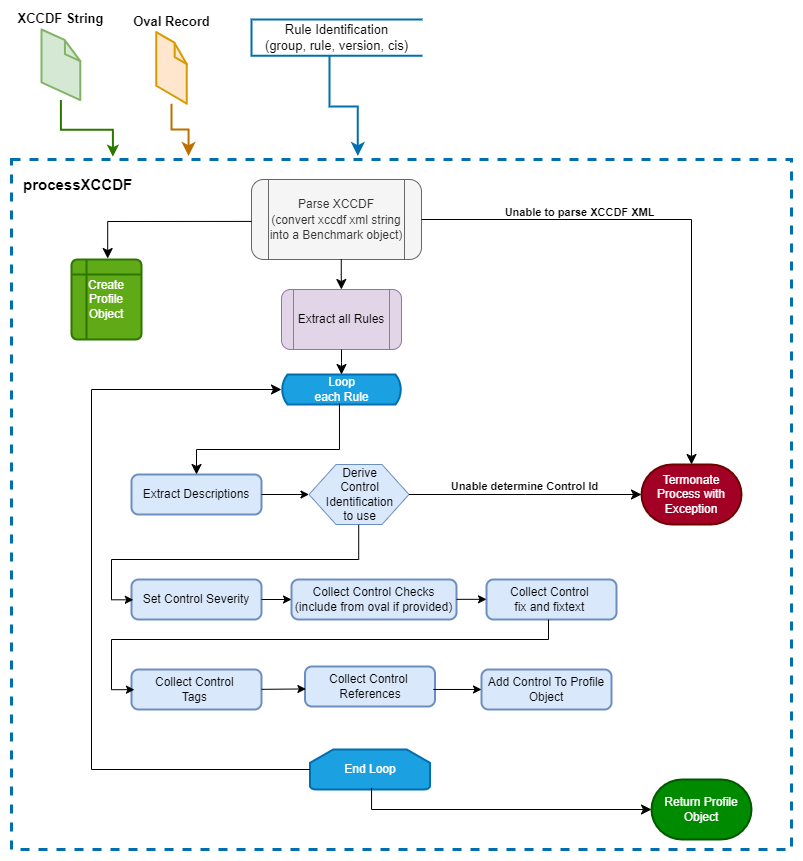
Earlier version of the draw.io export images/ts-inspec-objects-xccdf-workflow-process.png (mitre/ts-inspec-objects). Source tidied: cells renumbered, new cells last; positions are measured from the earlier drawing's top-left corner, leaving out a move shared by most shapes. Source of this version:
```xml
<mxGraphModel background="#ffffff">
  <root>
    <mxCell id="0" />
    <mxCell id="1" parent="0" />
    <mxCell id="2" style="rounded=0;whiteSpace=wrap;html=1;dashed=1;strokeWidth=3;align=left;verticalAlign=top;strokeColor=#006EAF;fillColor=none;fontColor=#ffffff;" parent="1" vertex="1">
      <mxGeometry y="140" width="780" height="690" as="geometry" />
    </mxCell>
    <mxCell id="3" value="&lt;span style=&quot;font-size: 12px; text-align: left;&quot;&gt;Parse XCCDF&lt;/span&gt;&lt;div&gt;&lt;span style=&quot;font-size: 12px; text-align: left;&quot;&gt;(convert xccdf xml string into a Benchmark object)&lt;/span&gt;&lt;/div&gt;" style="shape=process;whiteSpace=wrap;html=1;backgroundOutline=1;fontSize=13;rounded=1;fillColor=#f5f5f5;fontColor=#333333;strokeColor=#666666;" parent="1" vertex="1">
      <mxGeometry x="240" y="160" width="170" height="80" as="geometry" />
    </mxCell>
    <mxCell id="4" style="edgeStyle=orthogonalEdgeStyle;rounded=0;jettySize=auto;html=1;entryX=0.13;entryY=-0.004;entryDx=0;entryDy=0;fontSize=13;entryPerimeter=0;strokeWidth=2;fillColor=#60a917;strokeColor=#2D7600;" parent="1" edge="1" source="5" target="2">
      <mxGeometry relative="1" as="geometry" />
    </mxCell>
    <mxCell id="5" value="&lt;b&gt;XCCDF String&lt;/b&gt;" style="verticalLabelPosition=top;html=1;verticalAlign=bottom;strokeWidth=1;align=center;outlineConnect=0;dashed=0;outlineConnect=0;shape=mxgraph.aws3d.file;strokeColor=#82b366;fontSize=13;labelPosition=center;fillColor=#d5e8d4;" parent="1" vertex="1">
      <mxGeometry x="30" y="10" width="38.8" height="70.6" as="geometry" />
    </mxCell>
    <mxCell id="6" value="&lt;b&gt;Oval Record&lt;/b&gt;" style="verticalLabelPosition=top;html=1;verticalAlign=bottom;strokeWidth=1;align=center;outlineConnect=0;outlineConnect=0;shape=mxgraph.aws3d.file;strokeColor=#d79b00;fontSize=13;fillColor=#ffe6cc;labelPosition=center;" parent="1" vertex="1">
      <mxGeometry x="144.7" y="12.6" width="30.7" height="71.6" as="geometry" />
    </mxCell>
    <mxCell id="7" value="processXCCDF" style="text;whiteSpace=wrap;html=1;fontStyle=1;fontSize=15;" parent="1" vertex="1">
      <mxGeometry x="10" y="150" width="120" height="20" as="geometry" />
    </mxCell>
    <mxCell id="8" value="&lt;span style=&quot;background-color: light-dark(#ffffff, var(--ge-dark-color, #121212));&quot;&gt;&lt;font style=&quot;color: rgb(0, 0, 0);&quot;&gt;Rule Identification&lt;/font&gt;&lt;/span&gt;&lt;div&gt;&lt;span style=&quot;background-color: light-dark(#ffffff, var(--ge-dark-color, #121212));&quot;&gt;&lt;font style=&quot;color: rgb(0, 0, 0);&quot;&gt;(group, rule, version, cis)&lt;/font&gt;&lt;/span&gt;&lt;/div&gt;" style="html=1;whitespace=wrap;shape=partialRectangle;right=0;fontSize=13;strokeWidth=2;fillColor=none;fontColor=#ffffff;strokeColor=#006EAF;" parent="1" vertex="1">
      <mxGeometry x="240" width="170" height="36.3" as="geometry" />
    </mxCell>
    <mxCell id="9" value="Extract all Rules" style="shape=process;whiteSpace=wrap;html=1;backgroundOutline=1;rounded=1;glass=0;shadow=0;fillColor=#e1d5e7;strokeColor=#9673a6;" parent="1" vertex="1">
      <mxGeometry x="270" y="270" width="120" height="60" as="geometry" />
    </mxCell>
    <mxCell id="10" value="Loop&lt;br&gt;each Rule" style="html=1;dashed=0;whitespace=wrap;shape=mxgraph.dfd.loop;strokeWidth=2;fillColor=#1ba1e2;fontColor=#ffffff;strokeColor=#006EAF;" parent="1" vertex="1">
      <mxGeometry x="270" y="355" width="120" height="30" as="geometry" />
    </mxCell>
    <mxCell id="11" value="End Loop" style="strokeWidth=2;html=1;shape=mxgraph.flowchart.loop_limit;whiteSpace=wrap;fillColor=#1ba1e2;fontColor=#ffffff;strokeColor=#006EAF;" parent="1" vertex="1">
      <mxGeometry x="298.5" y="730" width="120" height="40" as="geometry" />
    </mxCell>
    <mxCell id="12" style="edgeStyle=elbowEdgeStyle;elbow=vertical;endArrow=classic;html=1;curved=0;rounded=0;endSize=8;startSize=8;entryX=0.227;entryY=-0.005;entryDx=0;entryDy=0;entryPerimeter=0;strokeWidth=2;fillColor=#f0a30a;strokeColor=#BD7000;" parent="1" edge="1" source="6" target="2">
      <mxGeometry relative="1" as="geometry" />
    </mxCell>
    <mxCell id="13" style="edgeStyle=elbowEdgeStyle;elbow=vertical;endArrow=classic;html=1;curved=0;rounded=0;endSize=8;startSize=8;exitX=0.459;exitY=1.008;exitDx=0;exitDy=0;exitPerimeter=0;entryX=0.444;entryY=-0.005;entryDx=0;entryDy=0;entryPerimeter=0;strokeWidth=2;fillColor=#1ba1e2;strokeColor=#006EAF;" parent="1" edge="1" source="8" target="2">
      <mxGeometry relative="1" as="geometry" />
    </mxCell>
    <mxCell id="14" value="&lt;span style=&quot;text-align: left;&quot;&gt;Extract Descriptions&lt;/span&gt;" style="rounded=1;whiteSpace=wrap;html=1;absoluteArcSize=1;arcSize=14;strokeWidth=2;fillColor=#dae8fc;strokeColor=#6c8ebf;" parent="1" vertex="1">
      <mxGeometry x="120" y="455" width="130" height="40" as="geometry" />
    </mxCell>
    <mxCell id="15" value="&lt;span style=&quot;text-align: left;&quot;&gt;Set Control Severity&lt;/span&gt;" style="rounded=1;whiteSpace=wrap;html=1;absoluteArcSize=1;arcSize=14;strokeWidth=2;fillColor=#dae8fc;strokeColor=#6c8ebf;" parent="1" vertex="1">
      <mxGeometry x="120" y="560" width="130" height="40" as="geometry" />
    </mxCell>
    <mxCell id="16" value="&lt;span style=&quot;text-align: left; text-wrap: wrap;&quot;&gt;Derive Control Identification to use&lt;/span&gt;" style="verticalLabelPosition=middle;verticalAlign=middle;html=1;shape=hexagon;perimeter=hexagonPerimeter2;arcSize=6;size=0.27;labelPosition=center;align=center;fillColor=#dae8fc;strokeColor=#6c8ebf;" parent="1" vertex="1">
      <mxGeometry x="297.5" y="445" width="100" height="60" as="geometry" />
    </mxCell>
    <mxCell id="17" value="Termonate Process with Exception" style="strokeWidth=2;html=1;shape=mxgraph.flowchart.terminator;whiteSpace=wrap;fillColor=#a20025;fontColor=#ffffff;strokeColor=#6F0000;" parent="1" vertex="1">
      <mxGeometry x="630" y="445" width="100" height="60" as="geometry" />
    </mxCell>
    <mxCell id="18" style="endArrow=classic;html=1;rounded=0;" parent="1" edge="1" source="14" target="16">
      <mxGeometry relative="1" as="geometry" />
    </mxCell>
    <mxCell id="19" style="edgeStyle=elbowEdgeStyle;elbow=vertical;endArrow=classic;html=1;curved=0;rounded=0;endSize=8;startSize=8;strokeWidth=1;" parent="1" edge="1" source="9" target="10">
      <mxGeometry relative="1" as="geometry" />
    </mxCell>
    <mxCell id="20" style="edgeStyle=elbowEdgeStyle;elbow=vertical;endArrow=classic;html=1;curved=0;rounded=0;endSize=8;startSize=8;strokeWidth=1;exitX=0.483;exitY=0.967;exitDx=0;exitDy=0;exitPerimeter=0;" parent="1" edge="1" source="10" target="14">
      <mxGeometry relative="1" as="geometry">
        <Array as="points">
          <mxPoint x="330" y="430" />
        </Array>
      </mxGeometry>
    </mxCell>
    <mxCell id="21" style="edgeStyle=elbowEdgeStyle;elbow=horizontal;endArrow=classic;html=1;curved=0;rounded=0;endSize=8;startSize=8;" parent="1" edge="1" source="16" target="17">
      <mxGeometry relative="1" as="geometry" />
    </mxCell>
    <mxCell id="22" value="Unable determine&amp;nbsp;&lt;span style=&quot;background-color: light-dark(#ffffff, var(--ge-dark-color, #121212)); color: light-dark(rgb(0, 0, 0), rgb(255, 255, 255));&quot;&gt;Control Id&lt;/span&gt;" style="edgeLabel;html=1;align=center;verticalAlign=bottom;labelPosition=center;verticalLabelPosition=top;fontStyle=1;" parent="21" vertex="1">
      <mxGeometry x="0.31" y="-1" relative="1" as="geometry">
        <mxPoint x="-38" y="-1" as="offset" />
      </mxGeometry>
    </mxCell>
    <mxCell id="23" value="&lt;span style=&quot;text-align: left;&quot;&gt;Collect Control Checks (include from oval if provided)&lt;/span&gt;" style="rounded=1;whiteSpace=wrap;html=1;absoluteArcSize=1;arcSize=14;strokeWidth=2;fillColor=#dae8fc;strokeColor=#6c8ebf;" parent="1" vertex="1">
      <mxGeometry x="280" y="560" width="165" height="40" as="geometry" />
    </mxCell>
    <mxCell id="24" value="&lt;span style=&quot;text-align: left;&quot;&gt;Collect Control&amp;nbsp;&lt;/span&gt;&lt;div&gt;&lt;span style=&quot;text-align: left;&quot;&gt;fix and fixtext&amp;nbsp;&lt;/span&gt;&lt;/div&gt;" style="rounded=1;whiteSpace=wrap;html=1;absoluteArcSize=1;arcSize=14;strokeWidth=2;fillColor=#dae8fc;strokeColor=#6c8ebf;" parent="1" vertex="1">
      <mxGeometry x="475" y="560" width="130" height="40" as="geometry" />
    </mxCell>
    <mxCell id="25" value="&lt;span style=&quot;text-align: left;&quot;&gt;Collect Control&amp;nbsp;&lt;/span&gt;&lt;div&gt;&lt;span style=&quot;text-align: left;&quot;&gt;Tags&amp;nbsp;&lt;/span&gt;&lt;/div&gt;" style="rounded=1;whiteSpace=wrap;html=1;absoluteArcSize=1;arcSize=14;strokeWidth=2;fillColor=#dae8fc;strokeColor=#6c8ebf;" parent="1" vertex="1">
      <mxGeometry x="120" y="650" width="130" height="40" as="geometry" />
    </mxCell>
    <mxCell id="26" value="&lt;span style=&quot;text-align: left;&quot;&gt;Collect Control&amp;nbsp;&lt;/span&gt;&lt;div&gt;&lt;span style=&quot;text-align: left;&quot;&gt;References&lt;/span&gt;&lt;/div&gt;" style="rounded=1;whiteSpace=wrap;html=1;absoluteArcSize=1;arcSize=14;strokeWidth=2;fillColor=#dae8fc;strokeColor=#6c8ebf;" parent="1" vertex="1">
      <mxGeometry x="293.5" y="647" width="130" height="40" as="geometry" />
    </mxCell>
    <mxCell id="27" style="edgeStyle=elbowEdgeStyle;elbow=vertical;endArrow=classic;html=1;curved=0;rounded=0;endSize=8;startSize=8;labelPosition=center;verticalLabelPosition=top;align=center;verticalAlign=top;fontSize=12;" parent="1" edge="1" source="3" target="17">
      <mxGeometry relative="1" as="geometry">
        <Array as="points">
          <mxPoint x="480" y="200" />
        </Array>
      </mxGeometry>
    </mxCell>
    <mxCell id="28" value="Unable to parse XCCDF XML" style="edgeLabel;html=1;align=center;verticalAlign=bottom;fontStyle=1;labelPosition=center;verticalLabelPosition=top;" parent="27" vertex="1">
      <mxGeometry x="-0.39" y="-1" relative="1" as="geometry" />
    </mxCell>
    <mxCell id="29" style="edgeStyle=elbowEdgeStyle;elbow=horizontal;endArrow=classic;html=1;curved=0;rounded=0;endSize=8;startSize=8;" parent="1" edge="1" source="11" target="10">
      <mxGeometry relative="1" as="geometry">
        <Array as="points">
          <mxPoint x="80" y="570" />
        </Array>
      </mxGeometry>
    </mxCell>
    <mxCell id="30" style="edgeStyle=orthogonalEdgeStyle;rounded=0;jettySize=auto;html=1;fontColor=#000000;strokeWidth=1;entryX=0.014;entryY=0.508;entryDx=0;entryDy=0;entryPerimeter=0;exitX=0.497;exitY=1.005;exitDx=0;exitDy=0;exitPerimeter=0;" parent="1" edge="1" source="16" target="15">
      <mxGeometry relative="1" as="geometry">
        <Array as="points">
          <mxPoint x="347" y="540" />
          <mxPoint x="100" y="540" />
          <mxPoint x="100" y="580" />
        </Array>
      </mxGeometry>
    </mxCell>
    <mxCell id="31" style="endArrow=classic;html=1;rounded=0;" parent="1" edge="1" source="15" target="23">
      <mxGeometry relative="1" as="geometry" />
    </mxCell>
    <mxCell id="32" value="Return Profile Object" style="strokeWidth=2;html=1;shape=mxgraph.flowchart.terminator;whiteSpace=wrap;fillColor=#008a00;fontColor=#ffffff;strokeColor=#005700;" parent="1" vertex="1">
      <mxGeometry x="640" y="760" width="100" height="60" as="geometry" />
    </mxCell>
    <mxCell id="33" value="&lt;div style=&quot;&quot;&gt;&lt;span style=&quot;background-color: transparent; color: light-dark(rgb(0, 0, 0), rgb(255, 255, 255));&quot;&gt;Add Control To Profile Object&lt;/span&gt;&lt;/div&gt;" style="rounded=1;whiteSpace=wrap;html=1;absoluteArcSize=1;arcSize=14;strokeWidth=2;fillColor=#dae8fc;strokeColor=#6c8ebf;align=center;" parent="1" vertex="1">
      <mxGeometry x="470" y="650" width="130" height="40" as="geometry" />
    </mxCell>
    <mxCell id="34" value="Create Profile Object" style="shape=internalStorage;whiteSpace=wrap;html=1;dx=15;dy=15;rounded=1;arcSize=8;strokeWidth=2;fillColor=#60a917;fontColor=#ffffff;strokeColor=#2D7600;" parent="1" vertex="1">
      <mxGeometry x="60" y="240" width="70" height="80" as="geometry" />
    </mxCell>
    <mxCell id="35" style="edgeStyle=elbowEdgeStyle;elbow=vertical;endArrow=classic;html=1;curved=0;rounded=0;endSize=8;startSize=8;entryX=0.517;entryY=-0.012;entryDx=0;entryDy=0;entryPerimeter=0;exitX=0.001;exitY=0.524;exitDx=0;exitDy=0;exitPerimeter=0;" parent="1" edge="1" source="3" target="34">
      <mxGeometry relative="1" as="geometry">
        <Array as="points">
          <mxPoint x="110" y="202" />
        </Array>
      </mxGeometry>
    </mxCell>
    <mxCell id="36" style="edgeStyle=elbowEdgeStyle;elbow=vertical;endArrow=classic;html=1;curved=0;rounded=0;endSize=8;startSize=8;strokeWidth=1;exitX=0.528;exitY=0.996;exitDx=0;exitDy=0;exitPerimeter=0;entryX=0.499;entryY=0;entryDx=0;entryDy=0;entryPerimeter=0;" parent="1" edge="1" source="3" target="9">
      <mxGeometry relative="1" as="geometry" />
    </mxCell>
    <mxCell id="37" style="endArrow=classic;html=1;rounded=0;entryX=0.007;entryY=0.561;entryDx=0;entryDy=0;entryPerimeter=0;" parent="1" edge="1" target="26">
      <mxGeometry relative="1" as="geometry">
        <mxPoint x="250" y="669.8" as="sourcePoint" />
      </mxGeometry>
    </mxCell>
    <mxCell id="38" style="endArrow=classic;html=1;rounded=0;" parent="1" edge="1">
      <mxGeometry relative="1" as="geometry">
        <mxPoint x="445" y="579.8" as="sourcePoint" />
        <mxPoint x="475" y="579.8" as="targetPoint" />
      </mxGeometry>
    </mxCell>
    <mxCell id="39" style="endArrow=classic;html=1;rounded=0;exitX=0.987;exitY=0.574;exitDx=0;exitDy=0;exitPerimeter=0;" parent="1" edge="1" source="26" target="33">
      <mxGeometry relative="1" as="geometry" />
    </mxCell>
    <mxCell id="40" style="edgeStyle=elbowEdgeStyle;elbow=vertical;endArrow=classic;html=1;curved=0;rounded=0;endSize=8;startSize=8;exitX=0.513;exitY=0.96;exitDx=0;exitDy=0;exitPerimeter=0;" parent="1" edge="1" source="11" target="32">
      <mxGeometry relative="1" as="geometry">
        <Array as="points">
          <mxPoint x="620" y="790" />
          <mxPoint x="502.5" y="800" />
        </Array>
      </mxGeometry>
    </mxCell>
    <mxCell id="41" style="edgeStyle=orthogonalEdgeStyle;rounded=0;jettySize=auto;html=1;fontColor=#000000;strokeWidth=1;entryX=0.023;entryY=0.504;entryDx=0;entryDy=0;entryPerimeter=0;exitX=0.497;exitY=1.005;exitDx=0;exitDy=0;exitPerimeter=0;" parent="1" edge="1" target="25">
      <mxGeometry relative="1" as="geometry">
        <mxPoint x="537" y="600" as="sourcePoint" />
        <Array as="points">
          <mxPoint x="537" y="620" />
          <mxPoint x="100" y="620" />
          <mxPoint x="100" y="670" />
        </Array>
      </mxGeometry>
    </mxCell>
  </root>
</mxGraphModel>
```
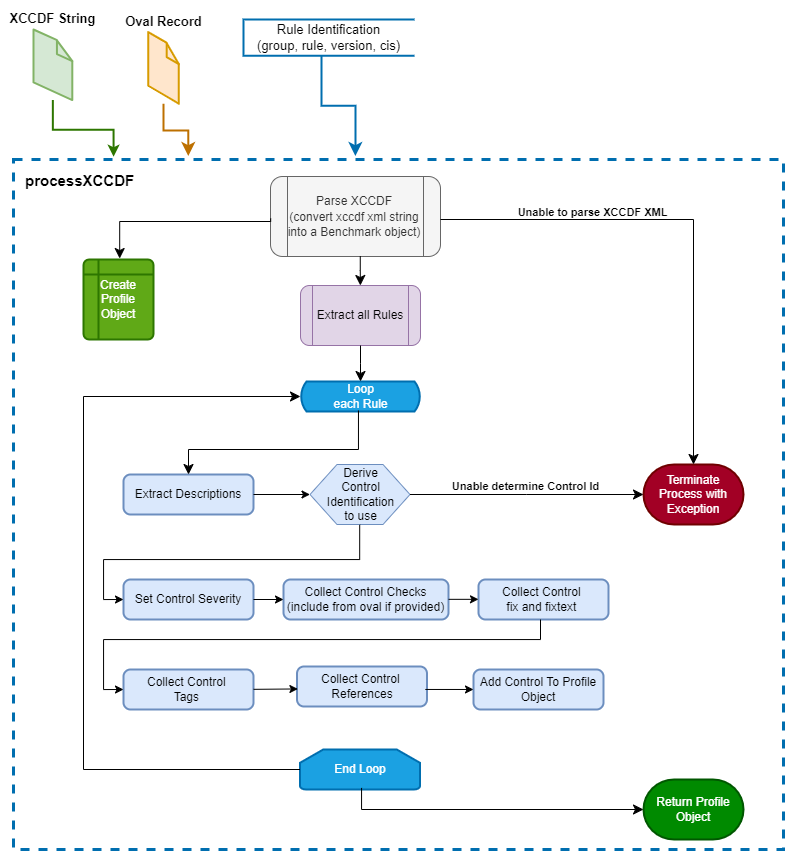
The same file after the commit.

What changed in the source:
```diff
@@ -3,10 +3,10 @@
     <mxCell id="0" />
     <mxCell id="1" parent="0" />
     <mxCell id="2" style="rounded=0;whiteSpace=wrap;html=1;dashed=1;strokeWidth=3;align=left;verticalAlign=top;strokeColor=#006EAF;fillColor=none;fontColor=#ffffff;" parent="1" vertex="1">
-      <mxGeometry y="140" width="780" height="690" as="geometry" />
+      <mxGeometry x="10" y="140" width="770" height="690" as="geometry" />
     </mxCell>
     <mxCell id="3" value="&lt;span style=&quot;font-size: 12px; text-align: left;&quot;&gt;Parse XCCDF&lt;/span&gt;&lt;div&gt;&lt;span style=&quot;font-size: 12px; text-align: left;&quot;&gt;(convert xccdf xml string into a Benchmark object)&lt;/span&gt;&lt;/div&gt;" style="shape=process;whiteSpace=wrap;html=1;backgroundOutline=1;fontSize=13;rounded=1;fillColor=#f5f5f5;fontColor=#333333;strokeColor=#666666;" parent="1" vertex="1">
-      <mxGeometry x="240" y="160" width="170" height="80" as="geometry" />
+      <mxGeometry x="267" y="157" width="170" height="80" as="geometry" />
     </mxCell>
     <mxCell id="4" style="edgeStyle=orthogonalEdgeStyle;rounded=0;jettySize=auto;html=1;entryX=0.13;entryY=-0.004;entryDx=0;entryDy=0;fontSize=13;entryPerimeter=0;strokeWidth=2;fillColor=#60a917;strokeColor=#2D7600;" parent="1" edge="1" source="5" target="2">
       <mxGeometry relative="1" as="geometry" />
@@ -18,19 +18,19 @@
       <mxGeometry x="144.7" y="12.6" width="30.7" height="71.6" as="geometry" />
     </mxCell>
     <mxCell id="7" value="processXCCDF" style="text;whiteSpace=wrap;html=1;fontStyle=1;fontSize=15;" parent="1" vertex="1">
-      <mxGeometry x="10" y="150" width="120" height="20" as="geometry" />
+      <mxGeometry x="20" y="146" width="120" height="20" as="geometry" />
     </mxCell>
     <mxCell id="8" value="&lt;span style=&quot;background-color: light-dark(#ffffff, var(--ge-dark-color, #121212));&quot;&gt;&lt;font style=&quot;color: rgb(0, 0, 0);&quot;&gt;Rule Identification&lt;/font&gt;&lt;/span&gt;&lt;div&gt;&lt;span style=&quot;background-color: light-dark(#ffffff, var(--ge-dark-color, #121212));&quot;&gt;&lt;font style=&quot;color: rgb(0, 0, 0);&quot;&gt;(group, rule, version, cis)&lt;/font&gt;&lt;/span&gt;&lt;/div&gt;" style="html=1;whitespace=wrap;shape=partialRectangle;right=0;fontSize=13;strokeWidth=2;fillColor=none;fontColor=#ffffff;strokeColor=#006EAF;" parent="1" vertex="1">
       <mxGeometry x="240" width="170" height="36.3" as="geometry" />
     </mxCell>
     <mxCell id="9" value="Extract all Rules" style="shape=process;whiteSpace=wrap;html=1;backgroundOutline=1;rounded=1;glass=0;shadow=0;fillColor=#e1d5e7;strokeColor=#9673a6;" parent="1" vertex="1">
-      <mxGeometry x="270" y="270" width="120" height="60" as="geometry" />
+      <mxGeometry x="297" y="266" width="120" height="60" as="geometry" />
     </mxCell>
     <mxCell id="10" value="Loop&lt;br&gt;each Rule" style="html=1;dashed=0;whitespace=wrap;shape=mxgraph.dfd.loop;strokeWidth=2;fillColor=#1ba1e2;fontColor=#ffffff;strokeColor=#006EAF;" parent="1" vertex="1">
-      <mxGeometry x="270" y="355" width="120" height="30" as="geometry" />
+      <mxGeometry x="297" y="362" width="120" height="30" as="geometry" />
     </mxCell>
     <mxCell id="11" value="End Loop" style="strokeWidth=2;html=1;shape=mxgraph.flowchart.loop_limit;whiteSpace=wrap;fillColor=#1ba1e2;fontColor=#ffffff;strokeColor=#006EAF;" parent="1" vertex="1">
-      <mxGeometry x="298.5" y="730" width="120" height="40" as="geometry" />
+      <mxGeometry x="296.5" y="730" width="120" height="40" as="geometry" />
     </mxCell>
     <mxCell id="12" style="edgeStyle=elbowEdgeStyle;elbow=vertical;endArrow=classic;html=1;curved=0;rounded=0;endSize=8;startSize=8;entryX=0.227;entryY=-0.005;entryDx=0;entryDy=0;entryPerimeter=0;strokeWidth=2;fillColor=#f0a30a;strokeColor=#BD7000;" parent="1" edge="1" source="6" target="2">
       <mxGeometry relative="1" as="geometry" />
@@ -45,10 +45,10 @@
       <mxGeometry x="120" y="560" width="130" height="40" as="geometry" />
     </mxCell>
     <mxCell id="16" value="&lt;span style=&quot;text-align: left; text-wrap: wrap;&quot;&gt;Derive Control Identification to use&lt;/span&gt;" style="verticalLabelPosition=middle;verticalAlign=middle;html=1;shape=hexagon;perimeter=hexagonPerimeter2;arcSize=6;size=0.27;labelPosition=center;align=center;fillColor=#dae8fc;strokeColor=#6c8ebf;" parent="1" vertex="1">
-      <mxGeometry x="297.5" y="445" width="100" height="60" as="geometry" />
+      <mxGeometry x="306.5" y="445" width="100" height="60" as="geometry" />
     </mxCell>
-    <mxCell id="17" value="Termonate Process with Exception" style="strokeWidth=2;html=1;shape=mxgraph.flowchart.terminator;whiteSpace=wrap;fillColor=#a20025;fontColor=#ffffff;strokeColor=#6F0000;" parent="1" vertex="1">
-      <mxGeometry x="630" y="445" width="100" height="60" as="geometry" />
+    <mxCell id="17" value="Terminate Process with Exception" style="strokeWidth=2;html=1;shape=mxgraph.flowchart.terminator;whiteSpace=wrap;fillColor=#a20025;fontColor=#ffffff;strokeColor=#6F0000;" parent="1" vertex="1">
+      <mxGeometry x="640" y="445" width="100" height="60" as="geometry" />
     </mxCell>
     <mxCell id="18" style="endArrow=classic;html=1;rounded=0;" parent="1" edge="1" source="14" target="16">
       <mxGeometry relative="1" as="geometry" />
@@ -100,10 +100,11 @@
         </Array>
       </mxGeometry>
     </mxCell>
-    <mxCell id="30" style="edgeStyle=orthogonalEdgeStyle;rounded=0;jettySize=auto;html=1;fontColor=#000000;strokeWidth=1;entryX=0.014;entryY=0.508;entryDx=0;entryDy=0;entryPerimeter=0;exitX=0.497;exitY=1.005;exitDx=0;exitDy=0;exitPerimeter=0;" parent="1" edge="1" source="16" target="15">
+    <mxCell id="30" style="edgeStyle=orthogonalEdgeStyle;rounded=0;jettySize=auto;html=1;fontColor=#000000;strokeWidth=1;exitX=0.497;exitY=1.005;exitDx=0;exitDy=0;exitPerimeter=0;" parent="1" edge="1" source="16">
       <mxGeometry relative="1" as="geometry">
+        <mxPoint x="120" y="580" as="targetPoint" />
         <Array as="points">
-          <mxPoint x="347" y="540" />
+          <mxPoint x="356" y="540" />
           <mxPoint x="100" y="540" />
           <mxPoint x="100" y="580" />
         </Array>
@@ -119,7 +120,7 @@
       <mxGeometry x="470" y="650" width="130" height="40" as="geometry" />
     </mxCell>
     <mxCell id="34" value="Create Profile Object" style="shape=internalStorage;whiteSpace=wrap;html=1;dx=15;dy=15;rounded=1;arcSize=8;strokeWidth=2;fillColor=#60a917;fontColor=#ffffff;strokeColor=#2D7600;" parent="1" vertex="1">
-      <mxGeometry x="60" y="240" width="70" height="80" as="geometry" />
+      <mxGeometry x="80" y="240" width="70" height="80" as="geometry" />
     </mxCell>
     <mxCell id="35" style="edgeStyle=elbowEdgeStyle;elbow=vertical;endArrow=classic;html=1;curved=0;rounded=0;endSize=8;startSize=8;entryX=0.517;entryY=-0.012;entryDx=0;entryDy=0;entryPerimeter=0;exitX=0.001;exitY=0.524;exitDx=0;exitDy=0;exitPerimeter=0;" parent="1" edge="1" source="3" target="34">
       <mxGeometry relative="1" as="geometry">
@@ -153,9 +154,10 @@
         </Array>
       </mxGeometry>
     </mxCell>
-    <mxCell id="41" style="edgeStyle=orthogonalEdgeStyle;rounded=0;jettySize=auto;html=1;fontColor=#000000;strokeWidth=1;entryX=0.023;entryY=0.504;entryDx=0;entryDy=0;entryPerimeter=0;exitX=0.497;exitY=1.005;exitDx=0;exitDy=0;exitPerimeter=0;" parent="1" edge="1" target="25">
+    <mxCell id="41" style="edgeStyle=orthogonalEdgeStyle;rounded=0;orthogonalLoop=1;jettySize=auto;html=1;fontColor=#000000;strokeWidth=1;exitX=0.497;exitY=1.005;exitDx=0;exitDy=0;exitPerimeter=0;" parent="1" edge="1">
       <mxGeometry relative="1" as="geometry">
         <mxPoint x="537" y="600" as="sourcePoint" />
+        <mxPoint x="120" y="670" as="targetPoint" />
         <Array as="points">
           <mxPoint x="537" y="620" />
           <mxPoint x="100" y="620" />
```
